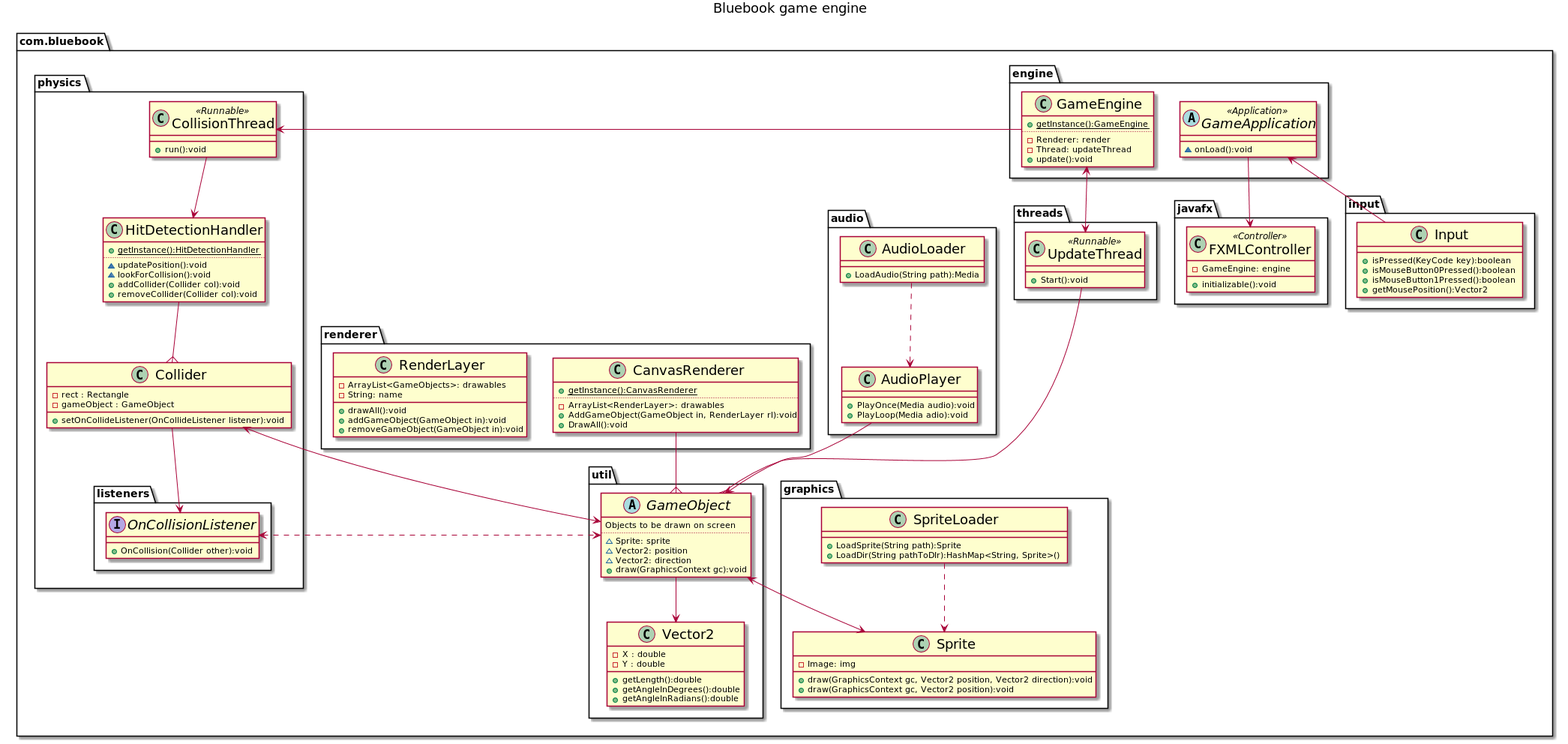
Above: uml/bluebook.png in passeride/TopdownFunTown (PlantUML), before the change.
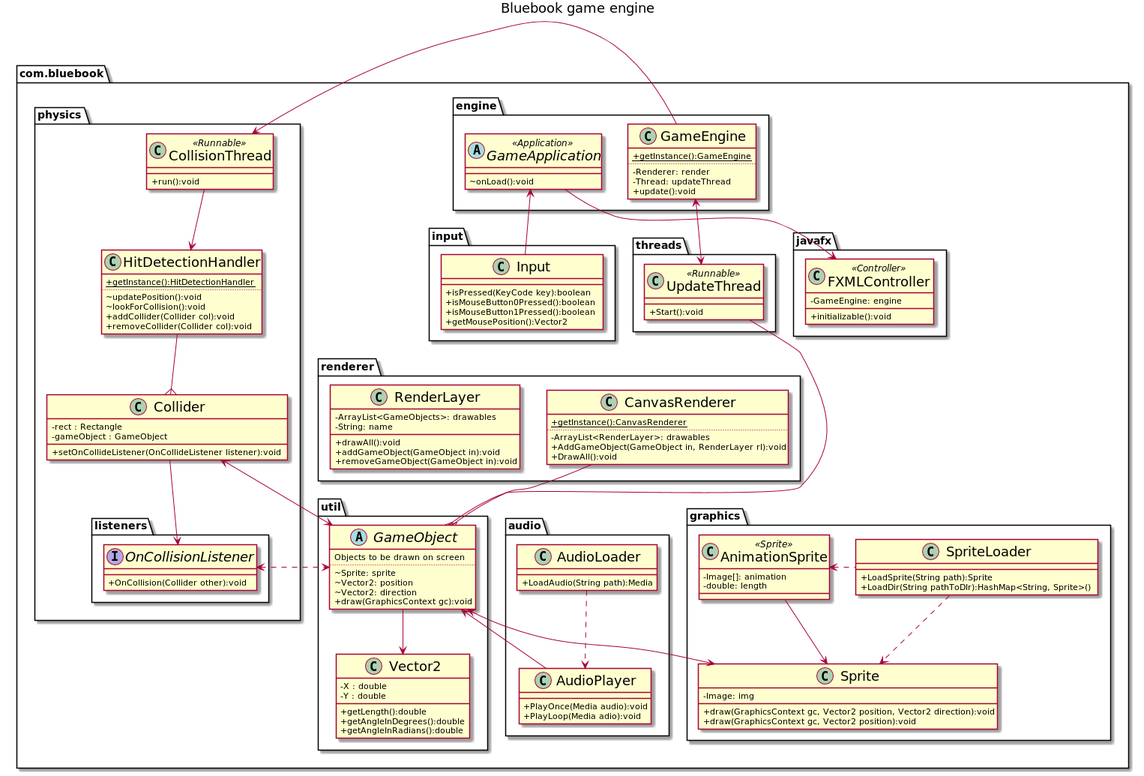
The same file after the commit.

The edit, as a diff of the source:
```diff
@@ -4,6 +4,7 @@
 
 skinparam classFontColor Black
 skinparam classFontSize 18
+skinparam classAttributeIconSize 0
 
 skinparam abstract {
 	BackgroundColor blue
@@ -65,6 +66,11 @@
         -Image: img
         +draw(GraphicsContext gc, Vector2 position, Vector2 direction):void
         +draw(GraphicsContext gc, Vector2 position):void
+    }
+
+    class AnimationSprite <<Sprite>>{
+        -Image[]: animation
+        -double: length
     }
 
 }
@@ -148,8 +154,9 @@
 GameObject --> Vector2
 GameObject <--> Sprite
 SpriteLoader ..> Sprite
+SpriteLoader .LEFT.> AnimationSprite
 AudioLoader ..>  AudioPlayer
-AudioPlayer --> GameObject
+AudioPlayer -UP-> GameObject
 GameApplication <-- Input
 GameApplication --> FXMLController
 GameEngine -RIGHT-> CollisionThread
@@ -157,6 +164,7 @@
 UpdateThread -DOWN-{ GameObject
 CanvasRenderer --{ GameObject
 OnCollisionListener <.RIGHT.> GameObject
+AnimationSprite -DOWN-> Sprite
 
 
 
```
